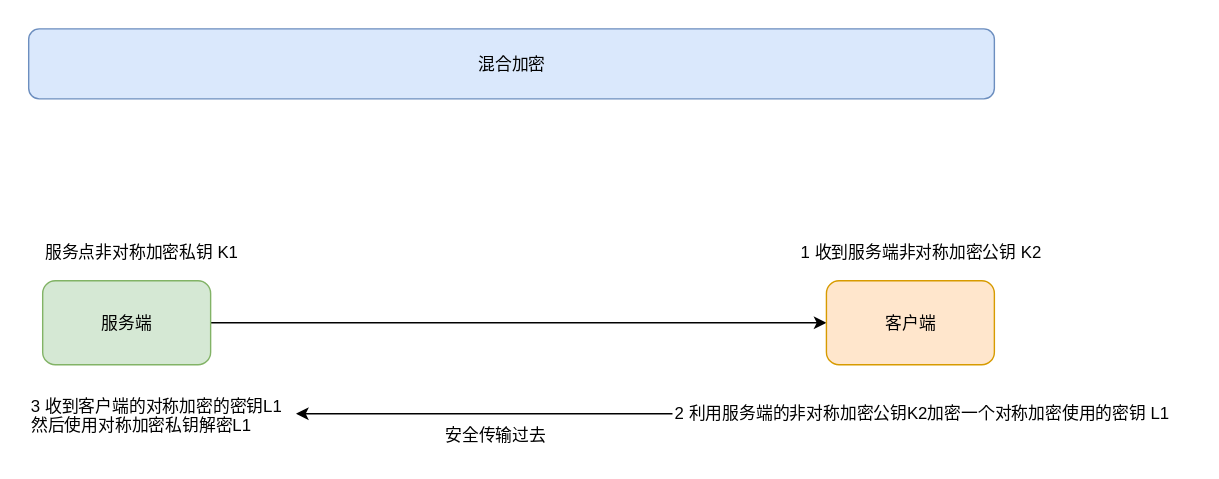
Earlier version of the draw.io export 12-面试/00-计算机基础/images/混合加密.svg (cd-home/Root). Source tidied: cells renumbered, new cells last; positions are measured from the earlier drawing's top-left corner, leaving out a move shared by most shapes.
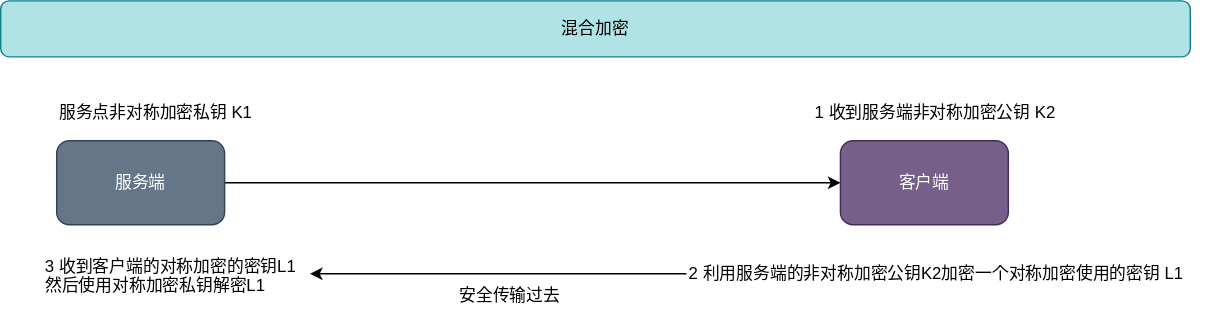
After the commit.

Change to the diagram source:
```diff
@@ -2,16 +2,16 @@
   <root>
     <mxCell id="0" />
     <mxCell id="1" parent="0" />
-    <mxCell id="2" value="混合加密" style="rounded=1;whiteSpace=wrap;html=1;fillColor=#dae8fc;strokeColor=#6c8ebf;" parent="1" vertex="1">
-      <mxGeometry width="690" height="50" as="geometry" />
+    <mxCell id="2" value="混合加密" style="rounded=1;whiteSpace=wrap;html=1;fillColor=#b0e3e6;strokeColor=#0e8088;" parent="1" vertex="1">
+      <mxGeometry x="-30" y="80" width="850" height="40" as="geometry" />
     </mxCell>
     <mxCell id="3" style="edgeStyle=orthogonalEdgeStyle;rounded=0;jettySize=auto;html=1;" parent="1" edge="1" source="4" target="5">
       <mxGeometry relative="1" as="geometry" />
     </mxCell>
-    <mxCell id="4" value="服务端" style="rounded=1;whiteSpace=wrap;html=1;fillColor=#d5e8d4;strokeColor=#82b366;" parent="1" vertex="1">
+    <mxCell id="4" value="服务端" style="rounded=1;whiteSpace=wrap;html=1;fillColor=#647687;fontColor=#ffffff;strokeColor=#314354;" parent="1" vertex="1">
       <mxGeometry x="10" y="180" width="120" height="60" as="geometry" />
     </mxCell>
-    <mxCell id="5" value="客户端" style="rounded=1;whiteSpace=wrap;html=1;fillColor=#ffe6cc;strokeColor=#d79b00;" parent="1" vertex="1">
+    <mxCell id="5" value="客户端" style="rounded=1;whiteSpace=wrap;html=1;fillColor=#76608a;fontColor=#ffffff;strokeColor=#432D57;" parent="1" vertex="1">
       <mxGeometry x="570" y="180" width="120" height="60" as="geometry" />
     </mxCell>
     <mxCell id="6" value="服务点非对称加密私钥 K1&lt;br&gt;" style="text;html=1;align=left;verticalAlign=top;spacingTop=-4;" parent="1" vertex="1">
```
